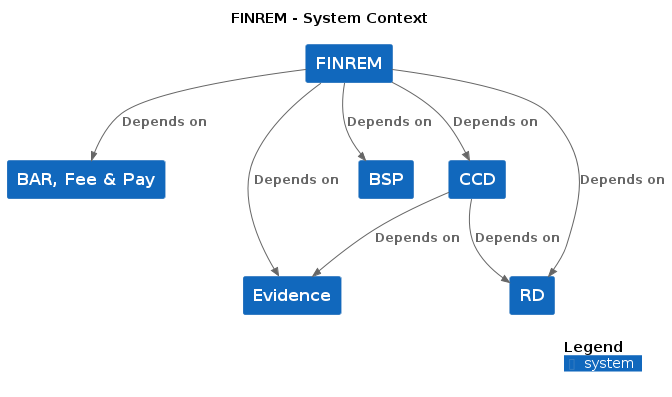
hmcts/cnp-api-docs keeps this PlantUML diagram as docs/c4/finrem/images/structurizr-finrem-context.png. Above is the earlier version.
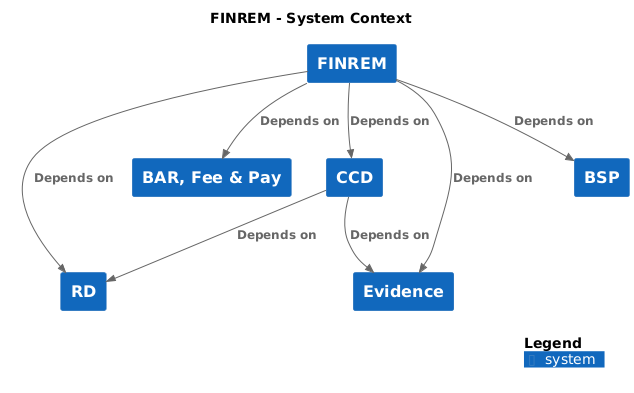
Later version of the same file.

What changed in the source:
```diff
@@ -14,13 +14,13 @@
 System(BSP, "BSP", $descr="", $tags="", $link="")
 System(FINREM, "FINREM", $descr="", $tags="", $link="")
 
-Rel_D(CCD, Evidence, "Depends on", $techn="", $tags="", $link="")
-Rel_D(CCD, RD, "Depends on", $techn="", $tags="", $link="")
-Rel_D(FINREM, BARFeePay, "Depends on", $techn="", $tags="", $link="")
-Rel_D(FINREM, CCD, "Depends on", $techn="", $tags="", $link="")
-Rel_D(FINREM, BSP, "Depends on", $techn="", $tags="", $link="")
-Rel_D(FINREM, Evidence, "Depends on", $techn="", $tags="", $link="")
-Rel_D(FINREM, RD, "Depends on", $techn="", $tags="", $link="")
+Rel(CCD, Evidence, "Depends on", $techn="", $tags="", $link="")
+Rel(CCD, RD, "Depends on", $techn="", $tags="", $link="")
+Rel(FINREM, BARFeePay, "Depends on", $techn="", $tags="", $link="")
+Rel(FINREM, CCD, "Depends on", $techn="", $tags="", $link="")
+Rel(FINREM, BSP, "Depends on", $techn="", $tags="", $link="")
+Rel(FINREM, Evidence, "Depends on", $techn="", $tags="", $link="")
+Rel(FINREM, RD, "Depends on", $techn="", $tags="", $link="")
 
 SHOW_DYNAMIC_LEGEND()
 @enduml
```
